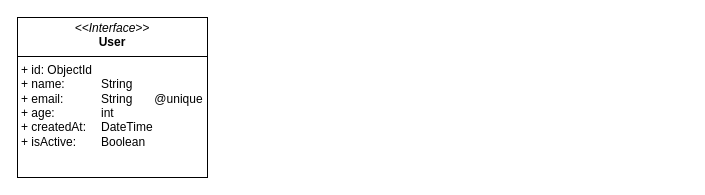
Above: Diagramme ULM.drawio in Pierre-FABIEN/TEST (draw.io), before the change. Source tidied: cells renumbered, new cells numbered last; positions are measured from the earlier drawing's top-left corner, leaving out a move shared by most shapes. Both pictures are drawn from the tidied source at 100%, with x=0, y=0 at pixel (17, 17).
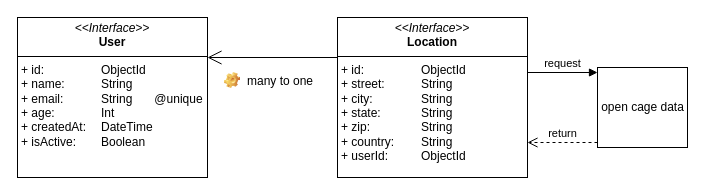
After the change.

Commit message:
Add Location and API for ULM

Diff of the diagram source:
```diff
@@
 <mxGraphModel>
   <root>
     <mxCell id="0" />
     <mxCell id="1" parent="0" />
-    <mxCell id="2" value="&lt;p style=&quot;margin:0px;margin-top:4px;text-align:center;&quot;&gt;&lt;i&gt;&amp;lt;&amp;lt;Interface&amp;gt;&amp;gt;&lt;/i&gt;&lt;br&gt;&lt;b&gt;User&lt;/b&gt;&lt;/p&gt;&lt;hr size=&quot;1&quot; style=&quot;border-style:solid;&quot;&gt;&lt;p style=&quot;margin:0px;margin-left:4px;&quot;&gt;+ id: ObjectId&lt;br&gt;+ name: &lt;span style=&quot;white-space: pre;&quot;&gt;&#9;&lt;span style=&quot;white-space: pre;&quot;&gt;&#9;&lt;/span&gt;&lt;/span&gt;String&lt;/p&gt;&lt;p style=&quot;margin:0px;margin-left:4px;&quot;&gt;+ email: &lt;span style=&quot;white-space: pre;&quot;&gt;&#9;&lt;span style=&quot;white-space: pre;&quot;&gt;&#9;&lt;/span&gt;&lt;/span&gt;String&lt;span style=&quot;white-space: pre;&quot;&gt;&#9;&lt;/span&gt;@unique&lt;br&gt;&lt;/p&gt;&lt;p style=&quot;margin:0px;margin-left:4px;&quot;&gt;+ age: &lt;span style=&quot;white-space: pre;&quot;&gt;&#9;&lt;span style=&quot;white-space: pre;&quot;&gt;&#9;&lt;/span&gt;&lt;/span&gt;int&lt;br&gt;&lt;/p&gt;&lt;p style=&quot;margin:0px;margin-left:4px;&quot;&gt;+ createdAt: &lt;span style=&quot;white-space: pre;&quot;&gt;&#9;&lt;/span&gt;DateTime&lt;/p&gt;&lt;p style=&quot;margin:0px;margin-left:4px;&quot;&gt;+ isActive: &lt;span style=&quot;white-space: pre;&quot;&gt;&#9;&lt;/span&gt;Boolean&lt;br&gt;&lt;/p&gt;" style="verticalAlign=top;align=left;overflow=fill;html=1;whiteSpace=wrap;" parent="1" vertex="1">
+    <mxCell id="2" value="&lt;p style=&quot;margin:0px;margin-top:4px;text-align:center;&quot;&gt;&lt;i&gt;&amp;lt;&amp;lt;Interface&amp;gt;&amp;gt;&lt;/i&gt;&lt;br&gt;&lt;b&gt;User&lt;/b&gt;&lt;/p&gt;&lt;hr size=&quot;1&quot; style=&quot;border-style:solid;&quot;&gt;&lt;p style=&quot;margin:0px;margin-left:4px;&quot;&gt;+ id: &lt;span style=&quot;white-space: pre;&quot;&gt;&#9;&lt;/span&gt;&lt;span style=&quot;white-space: pre;&quot;&gt;&#9;&lt;/span&gt;ObjectId&lt;br&gt;+ name: &lt;span style=&quot;white-space: pre;&quot;&gt;&#9;&lt;span style=&quot;white-space: pre;&quot;&gt;&#9;&lt;/span&gt;&lt;/span&gt;String&lt;/p&gt;&lt;p style=&quot;margin:0px;margin-left:4px;&quot;&gt;+ email: &lt;span style=&quot;white-space: pre;&quot;&gt;&#9;&lt;span style=&quot;white-space: pre;&quot;&gt;&#9;&lt;/span&gt;&lt;/span&gt;String&lt;span style=&quot;white-space: pre;&quot;&gt;&#9;&lt;/span&gt;@unique&lt;br&gt;&lt;/p&gt;&lt;p style=&quot;margin:0px;margin-left:4px;&quot;&gt;+ age: &lt;span style=&quot;white-space: pre;&quot;&gt;&#9;&lt;span style=&quot;white-space: pre;&quot;&gt;&#9;&lt;/span&gt;I&lt;/span&gt;nt&lt;br&gt;&lt;/p&gt;&lt;p style=&quot;margin:0px;margin-left:4px;&quot;&gt;+ createdAt: &lt;span style=&quot;white-space: pre;&quot;&gt;&#9;&lt;/span&gt;DateTime&lt;/p&gt;&lt;p style=&quot;margin:0px;margin-left:4px;&quot;&gt;+ isActive: &lt;span style=&quot;white-space: pre;&quot;&gt;&#9;&lt;/span&gt;Boolean&lt;br&gt;&lt;/p&gt;" style="verticalAlign=top;align=left;overflow=fill;html=1;whiteSpace=wrap;" parent="1" vertex="1">
       <mxGeometry width="190" height="160" as="geometry" />
     </mxCell>
+    <mxCell id="3" value="&lt;p style=&quot;margin:0px;margin-top:4px;text-align:center;&quot;&gt;&lt;i&gt;&amp;lt;&amp;lt;Interface&amp;gt;&amp;gt;&lt;/i&gt;&lt;br&gt;&lt;b&gt;Location&lt;/b&gt;&lt;/p&gt;&lt;hr size=&quot;1&quot; style=&quot;border-style:solid;&quot;&gt;&lt;p style=&quot;margin:0px;margin-left:4px;&quot;&gt;+ id: &lt;span style=&quot;white-space: pre;&quot;&gt;&#9;&lt;/span&gt;&lt;span style=&quot;white-space: pre;&quot;&gt;&#9;&lt;/span&gt;ObjectId&lt;br&gt;+ street: &lt;span style=&quot;white-space: pre;&quot;&gt;&#9;&lt;span style=&quot;white-space: pre;&quot;&gt;&#9;&lt;/span&gt;&lt;/span&gt;String&lt;/p&gt;&lt;p style=&quot;margin:0px;margin-left:4px;&quot;&gt;+ city: &lt;span style=&quot;white-space: pre;&quot;&gt;&#9;&lt;span style=&quot;white-space: pre;&quot;&gt;&#9;&lt;/span&gt;&lt;/span&gt;String&lt;span style=&quot;white-space: pre;&quot;&gt;&#9;&lt;/span&gt;&lt;br&gt;&lt;/p&gt;&lt;p style=&quot;margin:0px;margin-left:4px;&quot;&gt;+ state: &lt;span style=&quot;white-space: pre;&quot;&gt;&#9;&lt;span style=&quot;white-space: pre;&quot;&gt;&#9;&lt;/span&gt;&lt;/span&gt;&lt;span style=&quot;background-color: initial;&quot;&gt;String&lt;/span&gt;&lt;/p&gt;&lt;p style=&quot;margin:0px;margin-left:4px;&quot;&gt;&lt;span style=&quot;background-color: initial;&quot;&gt;+ zip:&lt;/span&gt;&lt;span style=&quot;background-color: initial;&quot;&gt;&amp;nbsp;&lt;/span&gt;&lt;span style=&quot;background-color: initial; white-space: pre;&quot;&gt;&#9;&lt;span style=&quot;white-space: pre;&quot;&gt;&#9;&lt;/span&gt;&lt;/span&gt;&lt;span style=&quot;background-color: initial;&quot;&gt;String&lt;/span&gt;&lt;/p&gt;&lt;p style=&quot;margin:0px;margin-left:4px;&quot;&gt;&lt;span style=&quot;background-color: initial;&quot;&gt;+ country:&lt;/span&gt;&lt;span style=&quot;background-color: initial;&quot;&gt;&amp;nbsp;&lt;/span&gt;&lt;span style=&quot;background-color: initial; white-space: pre;&quot;&gt;&#9;&lt;/span&gt;&lt;span style=&quot;background-color: initial;&quot;&gt;String&lt;/span&gt;&lt;span style=&quot;background-color: initial; white-space: pre;&quot;&gt;&#9;&lt;/span&gt;&lt;br&gt;&lt;/p&gt;&lt;p style=&quot;margin:0px;margin-left:4px;&quot;&gt;+ userId: &lt;span style=&quot;white-space: pre;&quot;&gt;&#9;&lt;span style=&quot;white-space: pre;&quot;&gt;&#9;&lt;/span&gt;&lt;/span&gt;&lt;span style=&quot;background-color: initial;&quot;&gt;ObjectId&lt;/span&gt;&lt;/p&gt;&lt;p style=&quot;margin:0px;margin-left:4px;&quot;&gt;&lt;br&gt;&lt;/p&gt;" style="verticalAlign=top;align=left;overflow=fill;html=1;whiteSpace=wrap;" parent="1" vertex="1">
+      <mxGeometry x="320" width="190" height="160" as="geometry" />
+    </mxCell>
+    <mxCell id="4" style="endArrow=open;endFill=1;endSize=12;html=1;rounded=0;exitX=0;exitY=0.25;exitDx=0;exitDy=0;entryX=1;entryY=0.25;entryDx=0;entryDy=0;" parent="1" edge="1" source="3" target="2">
+      <mxGeometry relative="1" as="geometry" />
+    </mxCell>
+    <mxCell id="5" value="many to one" style="label;fontStyle=0;strokeColor=none;fillColor=none;align=left;verticalAlign=top;overflow=hidden;spacingLeft=28;spacingRight=4;imageWidth=16;imageHeight=16;whiteSpace=wrap;html=1;image=img/clipart/Gear_128x128.png;" parent="1" vertex="1">
+      <mxGeometry x="200" y="50" width="120" height="26" as="geometry" />
+    </mxCell>
+    <mxCell id="6" value="open cage data" style="html=1;points=[[0,0,0,0,5],[0,1,0,0,-5],[1,0,0,0,5],[1,1,0,0,-5]];perimeter=orthogonalPerimeter;outlineConnect=0;targetShapes=umlLifeline;portConstraint=eastwest;newEdgeStyle={&quot;curved&quot;:0,&quot;rounded&quot;:0};" parent="1" vertex="1">
+      <mxGeometry x="580" y="50" width="90" height="80" as="geometry" />
+    </mxCell>
+    <mxCell id="7" value="request" style="html=1;verticalAlign=bottom;endArrow=block;curved=0;rounded=0;entryX=0;entryY=0;entryDx=0;entryDy=5;" parent="1" edge="1" target="6">
+      <mxGeometry relative="1" as="geometry">
+        <mxPoint x="510" y="55" as="sourcePoint" />
+      </mxGeometry>
+    </mxCell>
+    <mxCell id="8" value="return" style="html=1;verticalAlign=bottom;endArrow=open;dashed=1;endSize=8;curved=0;rounded=0;exitX=0;exitY=1;exitDx=0;exitDy=-5;" parent="1" edge="1" source="6">
+      <mxGeometry relative="1" as="geometry">
+        <mxPoint x="510" y="125" as="targetPoint" />
+      </mxGeometry>
+    </mxCell>
   </root>
 </mxGraphModel>
```
